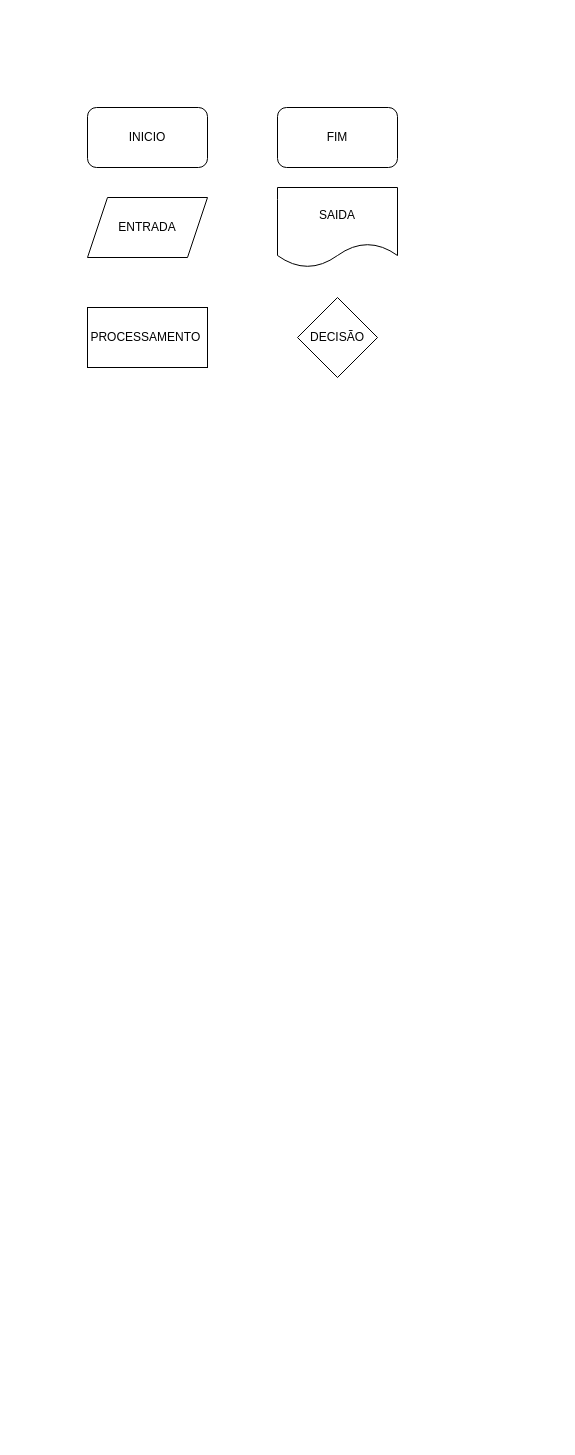
This is Untitled Diagram.drawio from giuliacb/mdc118, a draw.io file, before an edit. Source tidied: cells renumbered, new cells numbered last; positions are measured from the earlier drawing's top-left corner, leaving out a move shared by most shapes. Both pictures are drawn from the tidied source at 100%, with x=0, y=0 at pixel (87, 107).
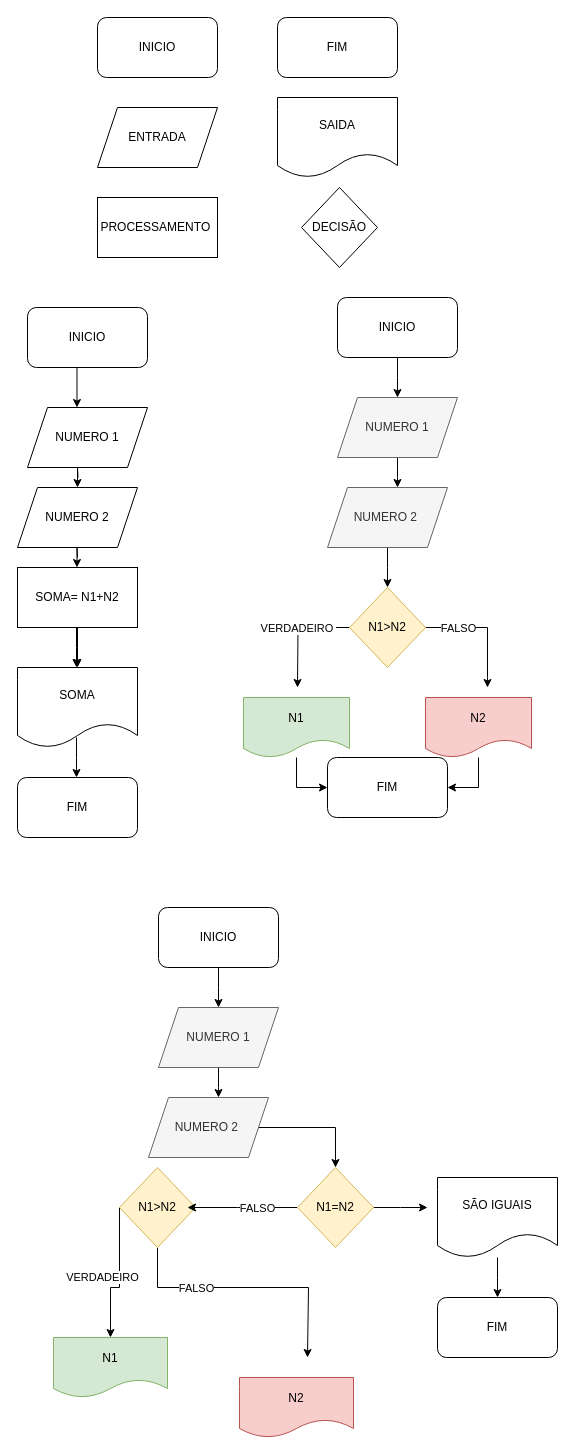
The same diagram, later.

Change to the diagram source:
```diff
@@
     <mxCell id="2" value="INICIO" style="rounded=1;whiteSpace=wrap;html=1;" parent="1" vertex="1">
-      <mxGeometry width="120" height="60" as="geometry" />
+      <mxGeometry x="10" y="-90" width="120" height="60" as="geometry" />
     </mxCell>
     <mxCell id="3" value="FIM" style="rounded=1;whiteSpace=wrap;html=1;" parent="1" vertex="1">
-      <mxGeometry x="190" width="120" height="60" as="geometry" />
+      <mxGeometry x="190" y="-90" width="120" height="60" as="geometry" />
     </mxCell>
     <mxCell id="4" value="ENTRADA" style="shape=parallelogram;perimeter=parallelogramPerimeter;whiteSpace=wrap;html=1;fixedSize=1;" parent="1" vertex="1">
-      <mxGeometry y="90" width="120" height="60" as="geometry" />
+      <mxGeometry x="10" width="120" height="60" as="geometry" />
     </mxCell>
     <mxCell id="5" value="SAIDA" style="shape=document;whiteSpace=wrap;html=1;boundedLbl=1;" parent="1" vertex="1">
-      <mxGeometry x="190" y="80" width="120" height="80" as="geometry" />
+      <mxGeometry x="190" y="-10" width="120" height="80" as="geometry" />
     </mxCell>
     <mxCell id="6" value="PROCESSAMENTO&amp;nbsp;" style="rounded=0;whiteSpace=wrap;html=1;" parent="1" vertex="1">
-      <mxGeometry y="200" width="120" height="60" as="geometry" />
+      <mxGeometry x="10" y="90" width="120" height="60" as="geometry" />
     </mxCell>
     <mxCell id="7" value="DECISÃO" style="rhombus;whiteSpace=wrap;html=1;" parent="1" vertex="1">
-      <mxGeometry x="210" y="190" width="80" height="80" as="geometry" />
+      <mxGeometry x="214" y="80" width="76" height="80" as="geometry" />
     </mxCell>
+    <mxCell id="8" value="INICIO" style="rounded=1;whiteSpace=wrap;html=1;" parent="1" vertex="1">
+      <mxGeometry x="-60" y="200" width="120" height="60" as="geometry" />
+    </mxCell>
+    <mxCell id="9" value="SOMA" style="shape=document;whiteSpace=wrap;html=1;boundedLbl=1;" parent="1" vertex="1">
+      <mxGeometry x="-70" y="560" width="120" height="80" as="geometry" />
+    </mxCell>
+    <mxCell id="10" value="NUMERO 1" style="shape=parallelogram;perimeter=parallelogramPerimeter;whiteSpace=wrap;html=1;fixedSize=1;" parent="1" vertex="1">
+      <mxGeometry x="-60" y="300" width="120" height="60" as="geometry" />
+    </mxCell>
+    <mxCell id="11" value="NUMERO 2" style="shape=parallelogram;perimeter=parallelogramPerimeter;whiteSpace=wrap;html=1;fixedSize=1;" parent="1" vertex="1">
+      <mxGeometry x="-70" y="380" width="120" height="60" as="geometry" />
+    </mxCell>
+    <mxCell id="12" style="edgeStyle=orthogonalEdgeStyle;rounded=0;jettySize=auto;html=1;" parent="1" edge="1" source="13" target="9">
+      <mxGeometry relative="1" as="geometry" />
+    </mxCell>
+    <mxCell id="13" value="SOMA= N1+N2" style="rounded=0;whiteSpace=wrap;html=1;" parent="1" vertex="1">
+      <mxGeometry x="-70" y="460" width="120" height="60" as="geometry" />
+    </mxCell>
+    <mxCell id="14" value="FIM" style="rounded=1;whiteSpace=wrap;html=1;" parent="1" vertex="1">
+      <mxGeometry x="-70" y="670" width="120" height="60" as="geometry" />
+    </mxCell>
+    <mxCell id="15" style="endArrow=classic;html=1;rounded=0;" parent="1" edge="1">
+      <mxGeometry relative="1" as="geometry">
+        <mxPoint x="-10.5" y="260" as="sourcePoint" />
+        <mxPoint x="-10.5" y="300" as="targetPoint" />
+        <Array as="points">
+          <mxPoint x="-10.5" y="280" />
+        </Array>
+      </mxGeometry>
+    </mxCell>
+    <mxCell id="16" style="endArrow=classic;html=1;rounded=0;" parent="1" edge="1">
+      <mxGeometry relative="1" as="geometry">
+        <mxPoint x="-9.5" y="370" as="sourcePoint" />
+        <mxPoint x="-10" y="380" as="targetPoint" />
+        <Array as="points">
+          <mxPoint x="-10" y="360" />
+        </Array>
+      </mxGeometry>
+    </mxCell>
+    <mxCell id="17" style="endArrow=classic;html=1;rounded=0;" parent="1" edge="1">
+      <mxGeometry relative="1" as="geometry">
+        <mxPoint x="-10" y="450" as="sourcePoint" />
+        <mxPoint x="-10.5" y="460" as="targetPoint" />
+        <Array as="points">
+          <mxPoint x="-10.5" y="440" />
+        </Array>
+      </mxGeometry>
+    </mxCell>
+    <mxCell id="18" style="endArrow=classic;html=1;rounded=0;" parent="1" edge="1">
+      <mxGeometry relative="1" as="geometry">
+        <mxPoint x="-11" y="520" as="sourcePoint" />
+        <mxPoint x="-11" y="560" as="targetPoint" />
+        <Array as="points">
+          <mxPoint x="-11" y="540" />
+        </Array>
+      </mxGeometry>
+    </mxCell>
+    <mxCell id="19" style="endArrow=classic;html=1;rounded=0;" parent="1" edge="1">
+      <mxGeometry relative="1" as="geometry">
+        <mxPoint x="-11" y="630" as="sourcePoint" />
+        <mxPoint x="-11" y="670" as="targetPoint" />
+        <Array as="points">
+          <mxPoint x="-11" y="650" />
+        </Array>
+      </mxGeometry>
+    </mxCell>
+    <mxCell id="20" style="edgeStyle=orthogonalEdgeStyle;rounded=0;jettySize=auto;html=1;" parent="1" edge="1" source="21">
+      <mxGeometry relative="1" as="geometry">
+        <mxPoint x="310" y="290" as="targetPoint" />
+      </mxGeometry>
+    </mxCell>
+    <mxCell id="21" value="INICIO" style="rounded=1;whiteSpace=wrap;html=1;" parent="1" vertex="1">
+      <mxGeometry x="250" y="190" width="120" height="60" as="geometry" />
+    </mxCell>
+    <mxCell id="22" style="edgeStyle=orthogonalEdgeStyle;rounded=0;jettySize=auto;html=1;" parent="1" edge="1" source="23">
+      <mxGeometry relative="1" as="geometry">
+        <mxPoint x="310" y="380" as="targetPoint" />
+      </mxGeometry>
+    </mxCell>
+    <mxCell id="23" value="NUMERO 1" style="shape=parallelogram;perimeter=parallelogramPerimeter;whiteSpace=wrap;html=1;fixedSize=1;fillColor=#f5f5f5;fontColor=#333333;strokeColor=#666666;" parent="1" vertex="1">
+      <mxGeometry x="250" y="290" width="120" height="60" as="geometry" />
+    </mxCell>
+    <mxCell id="24" style="edgeStyle=orthogonalEdgeStyle;rounded=0;jettySize=auto;html=1;" parent="1" edge="1" source="25">
+      <mxGeometry relative="1" as="geometry">
+        <mxPoint x="300" y="480" as="targetPoint" />
+      </mxGeometry>
+    </mxCell>
+    <mxCell id="25" value="NUMERO 2&amp;nbsp;" style="shape=parallelogram;perimeter=parallelogramPerimeter;whiteSpace=wrap;html=1;fixedSize=1;fillColor=#f5f5f5;fontColor=#333333;strokeColor=#666666;" parent="1" vertex="1">
+      <mxGeometry x="240" y="380" width="120" height="60" as="geometry" />
+    </mxCell>
+    <mxCell id="26" value="FIM" style="rounded=1;whiteSpace=wrap;html=1;" parent="1" vertex="1">
+      <mxGeometry x="240" y="650" width="120" height="60" as="geometry" />
+    </mxCell>
+    <mxCell id="27" style="edgeStyle=orthogonalEdgeStyle;rounded=0;jettySize=auto;html=1;" parent="1" edge="1" source="31">
+      <mxGeometry relative="1" as="geometry">
+        <mxPoint x="210" y="580" as="targetPoint" />
+      </mxGeometry>
+    </mxCell>
+    <mxCell id="28" value="VERDADEIRO&amp;nbsp;" style="edgeLabel;html=1;align=center;verticalAlign=middle;" parent="27" vertex="1">
+      <mxGeometry x="-0.3" y="1" relative="1" as="geometry">
+        <mxPoint x="-13" y="-1" as="offset" />
+      </mxGeometry>
+    </mxCell>
+    <mxCell id="29" style="edgeStyle=orthogonalEdgeStyle;rounded=0;jettySize=auto;html=1;" parent="1" edge="1" source="31">
+      <mxGeometry relative="1" as="geometry">
+        <mxPoint x="400" y="580" as="targetPoint" />
+        <Array as="points">
+          <mxPoint x="400" y="520" />
+          <mxPoint x="400" y="570" />
+        </Array>
+      </mxGeometry>
+    </mxCell>
+    <mxCell id="30" value="FALSO" style="edgeLabel;html=1;align=center;verticalAlign=middle;" parent="29" vertex="1">
+      <mxGeometry x="-0.33" y="-2" relative="1" as="geometry">
+        <mxPoint x="-9" y="-2" as="offset" />
+      </mxGeometry>
+    </mxCell>
+    <mxCell id="31" value="N1&amp;gt;N2" style="rhombus;whiteSpace=wrap;html=1;fillColor=#fff2cc;strokeColor=#d6b656;" parent="1" vertex="1">
+      <mxGeometry x="262" y="480" width="76" height="80" as="geometry" />
+    </mxCell>
+    <mxCell id="32" style="edgeStyle=orthogonalEdgeStyle;rounded=0;jettySize=auto;html=1;entryX=0;entryY=0.5;entryDx=0;entryDy=0;" parent="1" edge="1" source="33" target="26">
+      <mxGeometry relative="1" as="geometry" />
+    </mxCell>
+    <mxCell id="33" value="N1" style="shape=document;whiteSpace=wrap;html=1;boundedLbl=1;fillColor=#d5e8d4;strokeColor=#82b366;" parent="1" vertex="1">
+      <mxGeometry x="156" y="590" width="106" height="60" as="geometry" />
+    </mxCell>
+    <mxCell id="34" style="edgeStyle=orthogonalEdgeStyle;rounded=0;jettySize=auto;html=1;entryX=1;entryY=0.5;entryDx=0;entryDy=0;" parent="1" edge="1" source="35" target="26">
+      <mxGeometry relative="1" as="geometry" />
+    </mxCell>
+    <mxCell id="35" value="N2" style="shape=document;whiteSpace=wrap;html=1;boundedLbl=1;fillColor=#f8cecc;strokeColor=#b85450;" parent="1" vertex="1">
+      <mxGeometry x="338" y="590" width="106" height="60" as="geometry" />
+    </mxCell>
+    <mxCell id="36" style="edgeStyle=orthogonalEdgeStyle;rounded=0;jettySize=auto;html=1;" parent="1" edge="1" source="37">
+      <mxGeometry relative="1" as="geometry">
+        <mxPoint x="131" y="900" as="targetPoint" />
+      </mxGeometry>
+    </mxCell>
+    <mxCell id="37" value="INICIO" style="rounded=1;whiteSpace=wrap;html=1;" parent="1" vertex="1">
+      <mxGeometry x="71" y="800" width="120" height="60" as="geometry" />
+    </mxCell>
+    <mxCell id="38" style="edgeStyle=orthogonalEdgeStyle;rounded=0;jettySize=auto;html=1;" parent="1" edge="1" source="39">
+      <mxGeometry relative="1" as="geometry">
+        <mxPoint x="131" y="990" as="targetPoint" />
+      </mxGeometry>
+    </mxCell>
+    <mxCell id="39" value="NUMERO 1" style="shape=parallelogram;perimeter=parallelogramPerimeter;whiteSpace=wrap;html=1;fixedSize=1;fillColor=#f5f5f5;fontColor=#333333;strokeColor=#666666;" parent="1" vertex="1">
+      <mxGeometry x="71" y="900" width="120" height="60" as="geometry" />
+    </mxCell>
+    <mxCell id="40" style="edgeStyle=orthogonalEdgeStyle;rounded=0;jettySize=auto;html=1;" parent="1" edge="1" source="41" target="52">
+      <mxGeometry relative="1" as="geometry" />
+    </mxCell>
+    <mxCell id="41" value="NUMERO 2&amp;nbsp;" style="shape=parallelogram;perimeter=parallelogramPerimeter;whiteSpace=wrap;html=1;fixedSize=1;fillColor=#f5f5f5;fontColor=#333333;strokeColor=#666666;" parent="1" vertex="1">
+      <mxGeometry x="61" y="990" width="120" height="60" as="geometry" />
+    </mxCell>
+    <mxCell id="42" style="edgeStyle=orthogonalEdgeStyle;rounded=0;jettySize=auto;html=1;entryX=0.5;entryY=0;entryDx=0;entryDy=0;exitX=0;exitY=0.5;exitDx=0;exitDy=0;" parent="1" edge="1" source="46" target="48">
+      <mxGeometry relative="1" as="geometry">
+        <Array as="points">
+          <mxPoint x="23" y="1180" />
+        </Array>
+      </mxGeometry>
+    </mxCell>
+    <mxCell id="43" value="VERDADEIRO" style="edgeLabel;html=1;align=center;verticalAlign=middle;" parent="42" vertex="1">
+      <mxGeometry x="-0.02" y="-1" relative="1" as="geometry">
+        <mxPoint x="-17" y="1" as="offset" />
+      </mxGeometry>
+    </mxCell>
+    <mxCell id="44" style="edgeStyle=orthogonalEdgeStyle;rounded=0;jettySize=auto;html=1;" parent="1" edge="1" source="46">
+      <mxGeometry relative="1" as="geometry">
+        <mxPoint x="220" y="1250" as="targetPoint" />
+        <Array as="points">
+          <mxPoint x="221" y="1180" />
+        </Array>
+      </mxGeometry>
+    </mxCell>
+    <mxCell id="45" value="FALSO" style="edgeLabel;html=1;align=center;verticalAlign=middle;" parent="44" vertex="1">
+      <mxGeometry x="-0.33" y="-2" relative="1" as="geometry">
+        <mxPoint x="-9" y="-2" as="offset" />
+      </mxGeometry>
+    </mxCell>
+    <mxCell id="46" value="N1&amp;gt;N2" style="rhombus;whiteSpace=wrap;html=1;fillColor=#fff2cc;strokeColor=#d6b656;" parent="1" vertex="1">
+      <mxGeometry x="32" y="1060" width="76" height="80" as="geometry" />
+    </mxCell>
+    <mxCell id="47" value="N2" style="shape=document;whiteSpace=wrap;html=1;boundedLbl=1;fillColor=#f8cecc;strokeColor=#b85450;" parent="1" vertex="1">
+      <mxGeometry x="152" y="1270" width="114" height="60" as="geometry" />
+    </mxCell>
+    <mxCell id="48" value="N1" style="shape=document;whiteSpace=wrap;html=1;boundedLbl=1;fillColor=#d5e8d4;strokeColor=#82b366;" parent="1" vertex="1">
+      <mxGeometry x="-34" y="1230" width="114" height="60" as="geometry" />
+    </mxCell>
+    <mxCell id="49" style="edgeStyle=orthogonalEdgeStyle;rounded=0;jettySize=auto;html=1;" parent="1" edge="1" source="52">
+      <mxGeometry relative="1" as="geometry">
+        <mxPoint x="340" y="1100" as="targetPoint" />
+      </mxGeometry>
+    </mxCell>
+    <mxCell id="50" style="edgeStyle=orthogonalEdgeStyle;rounded=0;jettySize=auto;html=1;" parent="1" edge="1" source="52">
+      <mxGeometry relative="1" as="geometry">
+        <mxPoint x="100" y="1100" as="targetPoint" />
+        <Array as="points">
+          <mxPoint x="150" y="1100" />
+          <mxPoint x="150" y="1100" />
+        </Array>
+      </mxGeometry>
+    </mxCell>
+    <mxCell id="51" value="FALSO" style="edgeLabel;html=1;align=center;verticalAlign=middle;" parent="50" vertex="1">
+      <mxGeometry x="-0.28" relative="1" as="geometry">
+        <mxPoint x="-1" as="offset" />
+      </mxGeometry>
+    </mxCell>
+    <mxCell id="52" value="N1=N2" style="rhombus;whiteSpace=wrap;html=1;fillColor=#fff2cc;strokeColor=#d6b656;" parent="1" vertex="1">
+      <mxGeometry x="210" y="1060" width="76" height="80" as="geometry" />
+    </mxCell>
+    <mxCell id="53" style="edgeStyle=orthogonalEdgeStyle;rounded=0;jettySize=auto;html=1;" parent="1" edge="1" source="54">
+      <mxGeometry relative="1" as="geometry">
+        <mxPoint x="410" y="1190" as="targetPoint" />
+      </mxGeometry>
+    </mxCell>
+    <mxCell id="54" value="SÃO IGUAIS" style="shape=document;whiteSpace=wrap;html=1;boundedLbl=1;" parent="1" vertex="1">
+      <mxGeometry x="350" y="1070" width="120" height="80" as="geometry" />
+    </mxCell>
+    <mxCell id="55" value="FIM" style="rounded=1;whiteSpace=wrap;html=1;" parent="1" vertex="1">
+      <mxGeometry x="350" y="1190" width="120" height="60" as="geometry" />
+    </mxCell>
```
